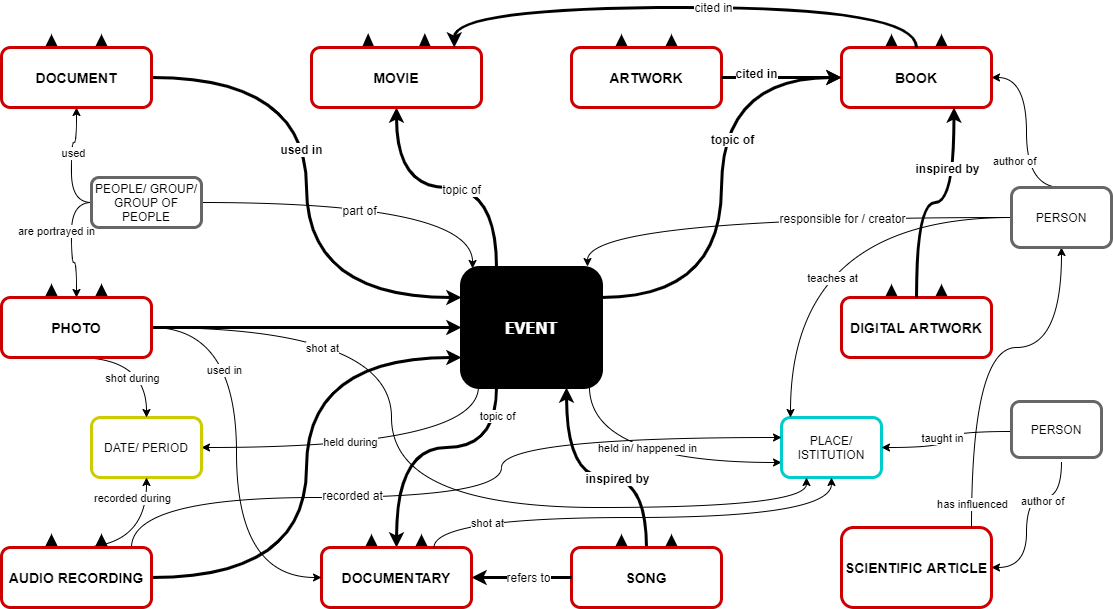
Before: assets/img/lucifer/SPE_ER_Model2.png, a diagram exported from draw.io (lauratravaglini/spelod.github.io). Source tidied: cells renumbered, new cells last; positions are measured from the earlier drawing's top-left corner, leaving out a move shared by most shapes.
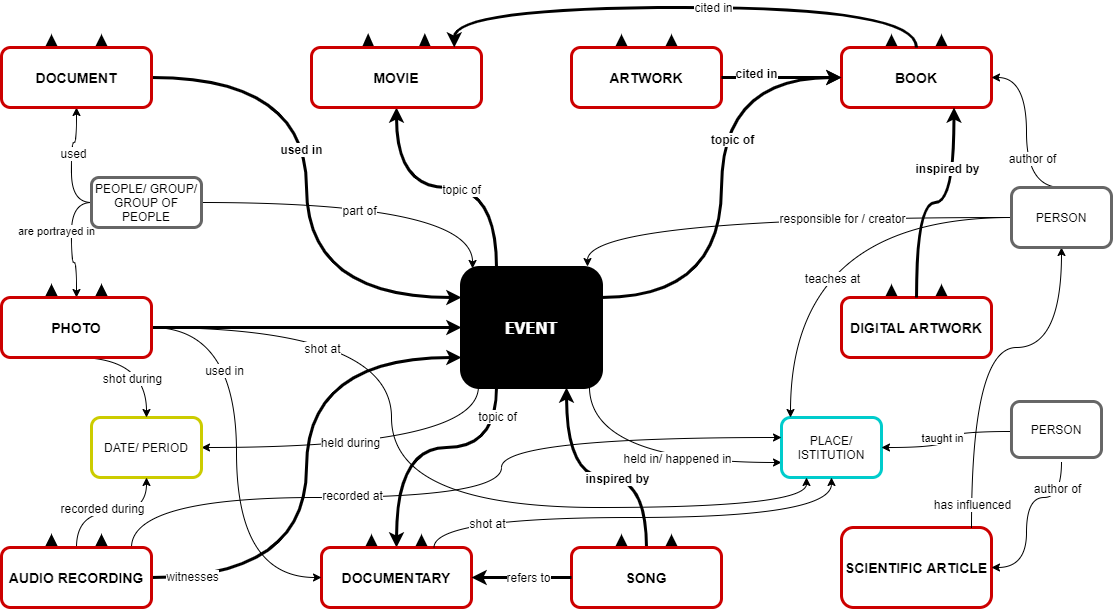
After the commit.

Diff of the diagram source:
```diff
@@ -20,6 +20,9 @@
         <mxPoint x="150" y="570" as="sourcePoint" />
       </mxGeometry>
     </mxCell>
+    <mxCell id="105" value="witnesses" style="edgeLabel;html=1;align=center;verticalAlign=middle;fontSize=12;" parent="5" vertex="1">
+      <mxGeometry x="-0.85" y="2" relative="1" as="geometry" />
+    </mxCell>
     <mxCell id="6" style="edgeStyle=orthogonalEdgeStyle;curved=1;rounded=1;jettySize=auto;html=1;entryX=0.75;entryY=1;entryDx=0;entryDy=0;strokeWidth=3;" parent="1" edge="1" source="48" target="18">
       <mxGeometry relative="1" as="geometry">
         <Array as="points">
@@ -36,9 +39,9 @@
     <mxCell id="8" style="edgeStyle=orthogonalEdgeStyle;curved=1;rounded=1;jettySize=auto;html=1;exitX=0.914;exitY=0.992;exitDx=0;exitDy=0;entryX=0;entryY=0.75;entryDx=0;entryDy=0;strokeWidth=1;exitPerimeter=0;" parent="1" edge="1" source="18" target="61">
       <mxGeometry relative="1" as="geometry" />
     </mxCell>
-    <mxCell id="9" value="held in/ happened in" style="edgeLabel;html=1;align=center;verticalAlign=middle;fontSize=11;" parent="8" vertex="1">
+    <mxCell id="9" value="held in/ happened in" style="edgeLabel;html=1;align=center;verticalAlign=middle;fontSize=12;" parent="8" vertex="1">
       <mxGeometry x="-0.23" y="12" relative="1" as="geometry">
-        <mxPoint x="29" y="-3" as="offset" />
+        <mxPoint x="59" y="7" as="offset" />
       </mxGeometry>
     </mxCell>
     <mxCell id="10" style="edgeStyle=orthogonalEdgeStyle;curved=1;rounded=1;jettySize=auto;html=1;entryX=0;entryY=0.5;entryDx=0;entryDy=0;strokeWidth=3;exitX=1;exitY=0.25;exitDx=0;exitDy=0;" parent="1" edge="1" source="18" target="32">
@@ -63,13 +66,13 @@
         </Array>
       </mxGeometry>
     </mxCell>
-    <mxCell id="15" value="topic of" style="edgeLabel;html=1;align=center;verticalAlign=middle;fontSize=11;" parent="14" vertex="1">
+    <mxCell id="15" value="topic of" style="edgeLabel;html=1;align=center;verticalAlign=middle;fontSize=12;" parent="14" vertex="1">
       <mxGeometry x="-0.78" relative="1" as="geometry" />
     </mxCell>
     <mxCell id="16" style="edgeStyle=orthogonalEdgeStyle;curved=1;rounded=0;jettySize=auto;html=1;exitX=0.121;exitY=0.992;exitDx=0;exitDy=0;entryX=1;entryY=0.5;entryDx=0;entryDy=0;fontSize=11;strokeWidth=1;exitPerimeter=0;" parent="1" edge="1" source="18" target="60">
       <mxGeometry relative="1" as="geometry" />
     </mxCell>
-    <mxCell id="17" value="held during" style="edgeLabel;html=1;align=center;verticalAlign=middle;fontSize=11;" parent="16" vertex="1">
+    <mxCell id="17" value="held during" style="edgeLabel;html=1;align=center;verticalAlign=middle;fontSize=12;" parent="16" vertex="1">
       <mxGeometry x="-0.32" y="-21" relative="1" as="geometry">
         <mxPoint x="-74" y="15" as="offset" />
       </mxGeometry>
@@ -184,7 +187,7 @@
         <mxPoint x="75" y="100" as="targetPoint" />
       </mxGeometry>
     </mxCell>
-    <mxCell id="54" value="used" style="edgeLabel;html=1;align=center;verticalAlign=middle;fontSize=11;" parent="53" vertex="1">
+    <mxCell id="54" value="used" style="edgeLabel;html=1;align=center;verticalAlign=middle;fontSize=12;" parent="53" vertex="1">
       <mxGeometry x="0.16" y="-1" relative="1" as="geometry" />
     </mxCell>
     <mxCell id="55" style="edgeStyle=orthogonalEdgeStyle;curved=1;rounded=1;jettySize=auto;html=1;strokeWidth=1;" parent="1" edge="1" source="59">
@@ -235,15 +238,17 @@
         <mxPoint x="1060" y="180" as="sourcePoint" />
       </mxGeometry>
     </mxCell>
-    <mxCell id="67" value="author of" style="edgeLabel;html=1;align=center;verticalAlign=middle;fontSize=11;fontStyle=0;" parent="66" vertex="1">
-      <mxGeometry x="-0.31" y="13" relative="1" as="geometry" />
+    <mxCell id="67" value="author of" style="edgeLabel;html=1;align=center;verticalAlign=middle;fontSize=12;fontStyle=0;" parent="66" vertex="1">
+      <mxGeometry x="-0.31" y="13" relative="1" as="geometry">
+        <mxPoint x="18" y="-3" as="offset" />
+      </mxGeometry>
     </mxCell>
     <mxCell id="68" style="edgeStyle=orthogonalEdgeStyle;curved=1;rounded=0;jettySize=auto;html=1;fontSize=11;strokeWidth=1;entryX=0.09;entryY=0;entryDx=0;entryDy=0;entryPerimeter=0;" parent="1" edge="1" target="61">
       <mxGeometry relative="1" as="geometry">
         <mxPoint x="1010" y="210" as="sourcePoint" />
       </mxGeometry>
     </mxCell>
-    <mxCell id="69" value="teaches at" style="edgeLabel;html=1;align=center;verticalAlign=middle;fontSize=11;" parent="68" vertex="1">
+    <mxCell id="69" value="teaches at" style="edgeLabel;html=1;align=center;verticalAlign=middle;fontSize=12;" parent="68" vertex="1">
       <mxGeometry x="0.4" y="36" relative="1" as="geometry">
         <mxPoint x="5" y="-13" as="offset" />
       </mxGeometry>
@@ -258,9 +263,9 @@
         </Array>
       </mxGeometry>
     </mxCell>
-    <mxCell id="71" value="author of" style="edgeLabel;html=1;align=center;verticalAlign=middle;" parent="70" vertex="1">
+    <mxCell id="71" value="author of" style="edgeLabel;html=1;align=center;verticalAlign=middle;fontSize=12;" parent="70" vertex="1">
       <mxGeometry x="-0.34" y="-10" relative="1" as="geometry">
-        <mxPoint x="2" y="13" as="offset" />
+        <mxPoint x="17" as="offset" />
       </mxGeometry>
     </mxCell>
     <mxCell id="72" style="edgeStyle=orthogonalEdgeStyle;curved=1;rounded=0;jettySize=auto;html=1;entryX=1;entryY=0.5;entryDx=0;entryDy=0;" parent="1" edge="1" target="61">
@@ -282,7 +287,7 @@
         </Array>
       </mxGeometry>
     </mxCell>
-    <mxCell id="75" value="has influenced" style="edgeLabel;html=1;align=center;verticalAlign=middle;" parent="74" vertex="1">
+    <mxCell id="75" value="has influenced" style="edgeLabel;html=1;align=center;verticalAlign=middle;fontSize=12;" parent="74" vertex="1">
       <mxGeometry x="-0.39" y="-8" relative="1" as="geometry">
         <mxPoint x="-8" y="89" as="offset" />
       </mxGeometry>
@@ -305,7 +310,7 @@
         </Array>
       </mxGeometry>
     </mxCell>
-    <mxCell id="79" value="shot at" style="edgeLabel;html=1;align=center;verticalAlign=middle;fontSize=11;" parent="78" vertex="1">
+    <mxCell id="79" value="shot at" style="edgeLabel;html=1;align=center;verticalAlign=middle;fontSize=12;" parent="78" vertex="1">
       <mxGeometry x="0.15" y="13" relative="1" as="geometry">
         <mxPoint x="-148" y="-147" as="offset" />
       </mxGeometry>
@@ -315,7 +320,7 @@
         <mxPoint x="75" y="350" as="sourcePoint" />
       </mxGeometry>
     </mxCell>
-    <mxCell id="81" value="shot during" style="edgeLabel;html=1;align=center;verticalAlign=middle;fontSize=11;" parent="80" vertex="1">
+    <mxCell id="81" value="shot during" style="edgeLabel;html=1;align=center;verticalAlign=middle;fontSize=12;" parent="80" vertex="1">
       <mxGeometry x="-0.21" y="2" relative="1" as="geometry">
         <mxPoint x="4" y="22" as="offset" />
       </mxGeometry>
@@ -325,17 +330,15 @@
         <mxPoint x="150" y="320" as="sourcePoint" />
       </mxGeometry>
     </mxCell>
-    <mxCell id="83" value="used in" style="edgeLabel;html=1;align=center;verticalAlign=middle;fontSize=11;" parent="82" vertex="1">
+    <mxCell id="83" value="used in" style="edgeLabel;html=1;align=center;verticalAlign=middle;fontSize=12;" parent="82" vertex="1">
       <mxGeometry x="-0.39" y="-13" relative="1" as="geometry" />
     </mxCell>
-    <mxCell id="84" style="edgeStyle=orthogonalEdgeStyle;curved=1;rounded=0;jettySize=auto;html=1;entryX=0.5;entryY=1;entryDx=0;entryDy=0;fontSize=12;strokeWidth=1;" parent="1" edge="1" target="60">
-      <mxGeometry relative="1" as="geometry">
-        <mxPoint x="75" y="540" as="sourcePoint" />
-      </mxGeometry>
+    <mxCell id="84" style="edgeStyle=orthogonalEdgeStyle;curved=1;rounded=0;jettySize=auto;html=1;entryX=0.5;entryY=1;entryDx=0;entryDy=0;fontSize=12;strokeWidth=1;" parent="1" edge="1" source="104" target="60">
+      <mxGeometry relative="1" as="geometry" />
     </mxCell>
-    <mxCell id="85" value="recorded during" style="edgeLabel;html=1;align=center;verticalAlign=middle;fontSize=11;" parent="84" vertex="1">
+    <mxCell id="85" value="recorded during" style="edgeLabel;html=1;align=center;verticalAlign=middle;fontSize=12;" parent="84" vertex="1">
       <mxGeometry x="-0.21" y="-2" relative="1" as="geometry">
-        <mxPoint y="-52" as="offset" />
+        <mxPoint x="5" y="-7" as="offset" />
       </mxGeometry>
     </mxCell>
     <mxCell id="86" style="edgeStyle=orthogonalEdgeStyle;curved=1;rounded=0;orthogonalLoop=1;jettySize=auto;html=1;fontSize=12;strokeWidth=1;" parent="1" edge="1">
@@ -380,7 +383,7 @@
         </Array>
       </mxGeometry>
     </mxCell>
-    <mxCell id="93" value="shot at" style="edgeLabel;html=1;align=center;verticalAlign=middle;fontSize=11;" parent="92" vertex="1">
+    <mxCell id="93" value="shot at" style="edgeLabel;html=1;align=center;verticalAlign=middle;fontSize=12;" parent="92" vertex="1">
       <mxGeometry x="-0.69" y="-10" relative="1" as="geometry">
         <mxPoint x="10" y="-5" as="offset" />
       </mxGeometry>
```
